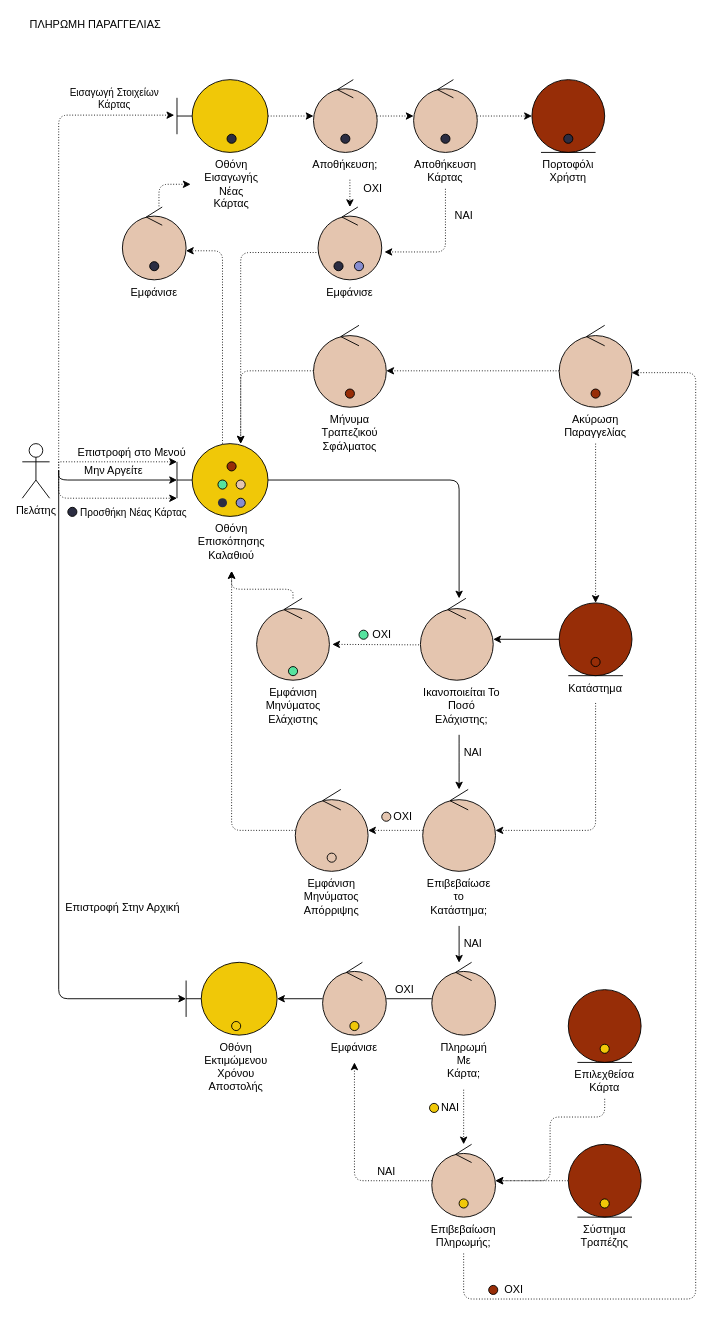
Earlier version of the draw.io diagram docs/contributions/itsikelis/Phase 4/Robustness Diagrams v0.2/customer-payment.drawio (iloudaros/nomnomr). Source tidied: cells renumbered, new cells numbered last; positions are measured from the earlier drawing's top-left corner, leaving out a move shared by most shapes. Both pictures are drawn from the tidied source at 91%, with x=0, y=0 at pixel (22, 15).
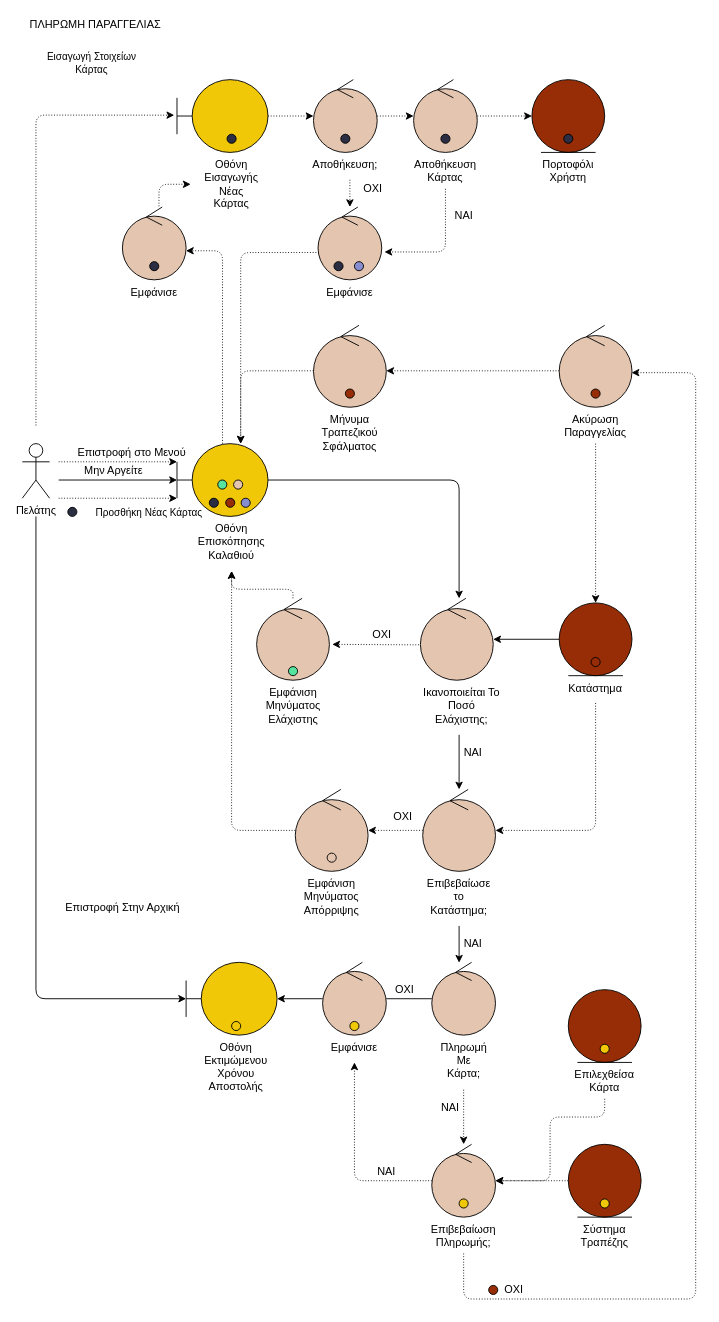
After the change.

The change refers to these unchanged cells:
```xml
<mxCell id="10" style="shape=umlBoundary;whiteSpace=wrap;html=1;fillColor=#F0C808;gradientColor=none;strokeColor=#000000;" parent="1" vertex="1">
  <mxGeometry x="170" y="470" width="100" height="80" as="geometry" />
</mxCell>
<mxCell id="18" style="shape=umlBoundary;whiteSpace=wrap;html=1;fillColor=#F0C808;gradientColor=none;strokeColor=#000000;" parent="1" vertex="1">
  <mxGeometry x="180" y="1040" width="100" height="80" as="geometry" />
</mxCell>
<mxCell id="48" style="shape=umlBoundary;whiteSpace=wrap;html=1;fillColor=#F0C808;gradientColor=none;strokeColor=#000000;" parent="1" vertex="1">
  <mxGeometry x="170" y="70" width="100" height="80" as="geometry" />
</mxCell>
```

The edit, as a diff of the source:
```diff
@@
     <mxCell id="2" style="edgeStyle=orthogonalEdgeStyle;rounded=1;jettySize=auto;html=1;entryX=0;entryY=0.75;entryDx=0;entryDy=0;entryPerimeter=0;fillColor=#e6d0de;gradientColor=#d5739d;strokeColor=#000000;dashed=1;dashPattern=1 2;" parent="1" edge="1" target="10">
       <mxGeometry relative="1" as="geometry">
-        <mxPoint x="40" y="500" as="sourcePoint" />
+        <mxPoint x="40" y="530" as="sourcePoint" />
         <Array as="points">
           <mxPoint x="40" y="530" />
         </Array>
       </mxGeometry>
     </mxCell>
@@
     <mxCell id="4" style="edgeStyle=orthogonalEdgeStyle;rounded=1;jettySize=auto;html=1;" parent="1" edge="1" target="10">
       <mxGeometry relative="1" as="geometry">
-        <mxPoint x="40" y="500" as="sourcePoint" />
+        <mxPoint x="40" y="510" as="sourcePoint" />
         <Array as="points">
           <mxPoint x="40" y="510" />
         </Array>
       </mxGeometry>
     </mxCell>
     <mxCell id="5" style="edgeStyle=orthogonalEdgeStyle;rounded=1;jettySize=auto;html=1;" parent="1" edge="1" target="18">
       <mxGeometry relative="1" as="geometry">
-        <mxPoint x="40" y="500" as="sourcePoint" />
+        <mxPoint x="15" y="550" as="sourcePoint" />
         <Array as="points">
-          <mxPoint x="40" y="500" />
-          <mxPoint x="40" y="880" />
+          <mxPoint x="15" y="1080" />
         </Array>
       </mxGeometry>
     </mxCell>
     <mxCell id="6" style="edgeStyle=orthogonalEdgeStyle;rounded=0;jettySize=auto;html=1;fillColor=#f8cecc;gradientColor=#ea6b66;strokeColor=#000000;dashed=1;dashPattern=1 2;" parent="1" edge="1" target="10">
       <mxGeometry relative="1" as="geometry">
-        <mxPoint x="40" y="500" as="sourcePoint" />
+        <mxPoint x="40" y="490" as="sourcePoint" />
         <Array as="points">
           <mxPoint x="40" y="490" />
         </Array>
       </mxGeometry>
     </mxCell>
@@
     <mxCell id="49" style="edgeStyle=orthogonalEdgeStyle;rounded=1;jettySize=auto;html=1;entryX=-0.03;entryY=0.488;entryDx=0;entryDy=0;entryPerimeter=0;fillColor=#e6d0de;gradientColor=#d5739d;strokeColor=#000000;dashed=1;dashPattern=1 2;" parent="1" edge="1" target="48">
       <mxGeometry relative="1" as="geometry">
-        <mxPoint x="40" y="500" as="sourcePoint" />
+        <mxPoint x="15" y="450" as="sourcePoint" />
         <Array as="points">
-          <mxPoint x="40" y="109" />
+          <mxPoint x="15" y="109" />
         </Array>
       </mxGeometry>
     </mxCell>
@@
-    <mxCell id="88" style="shape=ellipse;fillColor=#2B2D42;strokeColor=none;html=1;sketch=0;" parent="1" vertex="1">
-      <mxGeometry x="215" y="530" width="10" height="10" as="geometry" />
+    <mxCell id="88" style="shape=ellipse;fillColor=#2B2D42;strokeColor=default;html=1;sketch=0;" parent="1" vertex="1">
+      <mxGeometry x="205.5" y="530" width="10" height="10" as="geometry" />
     </mxCell>
@@
     <mxCell id="95" style="shape=ellipse;fillColor=#878DCF;strokeColor=default;html=1;sketch=0;" parent="1" vertex="1">
-      <mxGeometry x="235" y="530" width="10" height="10" as="geometry" />
+      <mxGeometry x="240.5" y="530" width="10" height="10" as="geometry" />
     </mxCell>
@@
     <mxCell id="98" style="shape=ellipse;fillColor=#56E39F;strokeColor=default;html=1;sketch=0;" parent="1" vertex="1">
-      <mxGeometry x="215" y="510" width="10" height="10" as="geometry" />
+      <mxGeometry x="214.8" y="510" width="10" height="10" as="geometry" />
     </mxCell>
-    <mxCell id="99" style="shape=ellipse;fillColor=#56E39F;strokeColor=default;html=1;sketch=0;" parent="1" vertex="1">
-      <mxGeometry x="370" y="675" width="10" height="10" as="geometry" />
-    </mxCell>
@@
-    <mxCell id="104" style="shape=ellipse;fillColor=#E4C5AF;strokeColor=default;html=1;sketch=0;" parent="1" vertex="1">
-      <mxGeometry x="395" y="875" width="10" height="10" as="geometry" />
-    </mxCell>
@@
     <mxCell id="106" style="shape=ellipse;fillColor=#E4C5AF;strokeColor=default;html=1;sketch=0;" parent="1" vertex="1">
-      <mxGeometry x="235" y="510" width="10" height="10" as="geometry" />
+      <mxGeometry x="232.2" y="510" width="10" height="10" as="geometry" />
     </mxCell>
-    <mxCell id="107" style="shape=ellipse;fillColor=#F0C808;strokeColor=default;html=1;sketch=0;" parent="1" vertex="1">
-      <mxGeometry x="447.5" y="1195" width="10" height="10" as="geometry" />
-    </mxCell>
@@
     <mxCell id="116" style="shape=ellipse;fillColor=#972D07;strokeColor=default;html=1;sketch=0;" parent="1" vertex="1">
-      <mxGeometry x="225" y="490" width="10" height="10" as="geometry" />
+      <mxGeometry x="223.5" y="530" width="10" height="10" as="geometry" />
     </mxCell>
```
